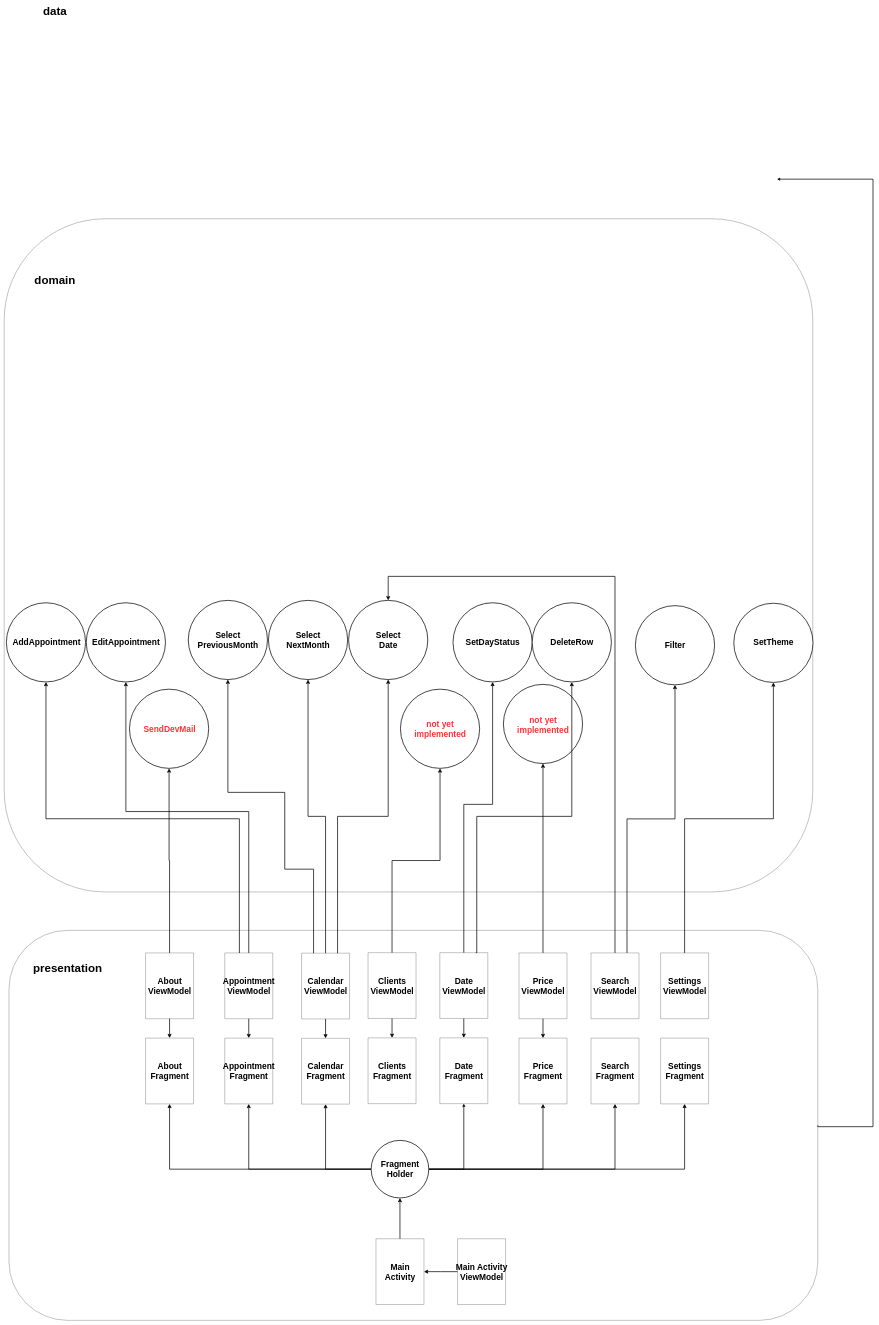
This is Диаграмма без названия.drawio from lemmiwinks1551/MySchedule, a draw.io file, before an edit. Source tidied: cells renumbered, new cells numbered last; positions are measured from the earlier drawing's top-left corner, leaving out a move shared by most shapes. Both pictures are drawn from the tidied source at 24%, with x=0, y=0 at pixel (4, 6).
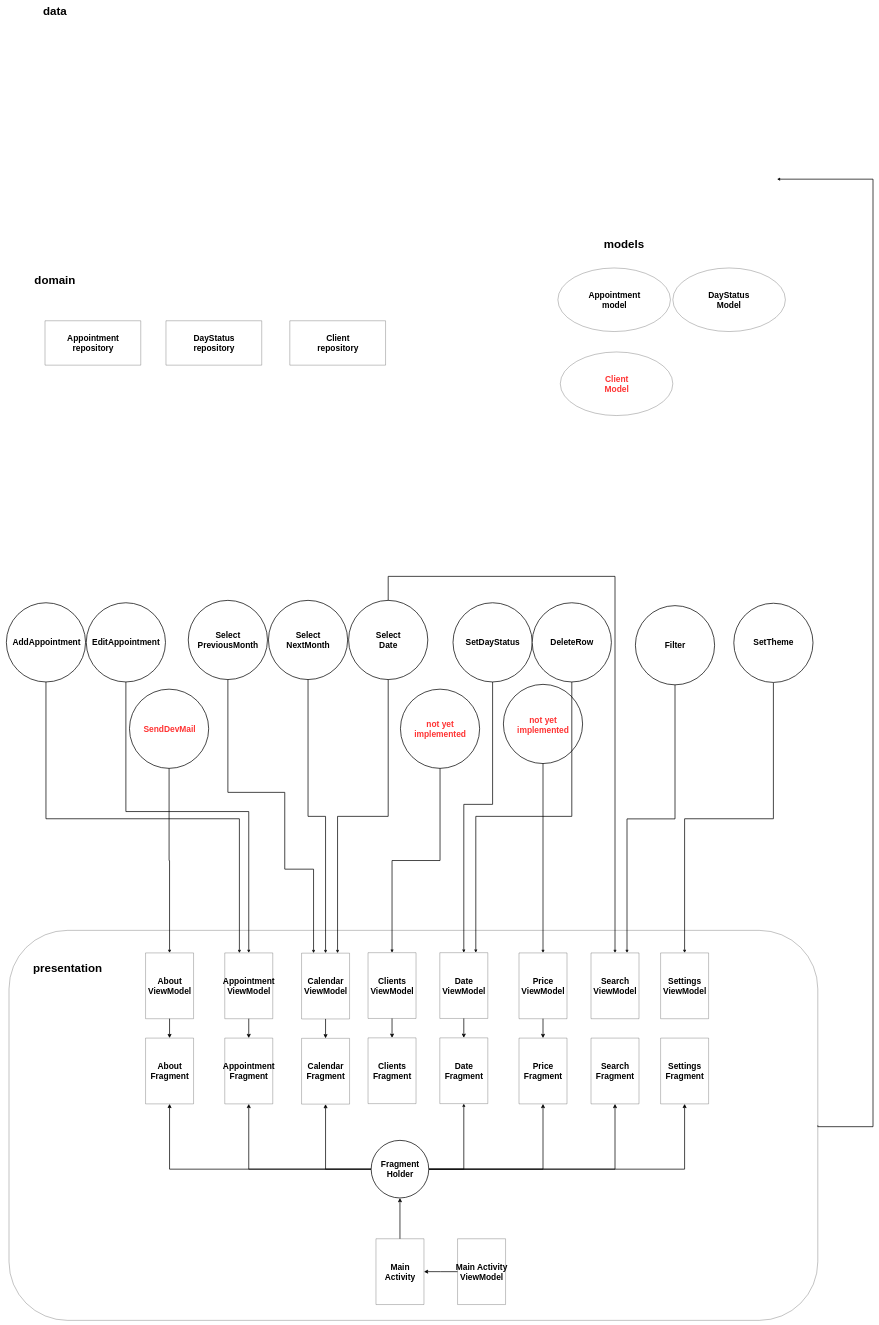
The same page after the edit.

The change refers to these unchanged cells:
```xml
<mxCell id="6" style="ellipse;whiteSpace=wrap;html=1;strokeWidth=3;fontSize=48;" parent="4" vertex="1">
  <mxGeometry width="330" height="330" as="geometry" />
</mxCell>
<mxCell id="10" style="ellipse;whiteSpace=wrap;html=1;strokeWidth=3;fontSize=48;" parent="9" vertex="1">
  <mxGeometry width="330" height="330" as="geometry" />
</mxCell>
<mxCell id="13" style="ellipse;whiteSpace=wrap;html=1;strokeWidth=3;fontSize=48;" parent="12" vertex="1">
  <mxGeometry x="2" width="330" height="330" as="geometry" />
</mxCell>
<mxCell id="15" style="ellipse;whiteSpace=wrap;html=1;strokeWidth=3;fontSize=48;" parent="4" vertex="1">
  <mxGeometry x="2071" y="340" width="330" height="330" as="geometry" />
</mxCell>
<mxCell id="19" style="ellipse;whiteSpace=wrap;html=1;strokeWidth=3;fontSize=48;" parent="18" vertex="1">
  <mxGeometry x="-95" y="20" width="330" height="330" as="geometry" />
</mxCell>
<mxCell id="22" style="ellipse;whiteSpace=wrap;html=1;strokeWidth=3;fontSize=48;" parent="21" vertex="1">
  <mxGeometry x="-100" width="330" height="330" as="geometry" />
</mxCell>
<mxCell id="25" style="ellipse;whiteSpace=wrap;html=1;strokeWidth=3;fontSize=48;" parent="24" vertex="1">
  <mxGeometry x="2" width="330" height="330" as="geometry" />
</mxCell>
<mxCell id="28" style="ellipse;whiteSpace=wrap;html=1;strokeWidth=3;fontSize=48;" parent="27" vertex="1">
  <mxGeometry x="2" width="330" height="330" as="geometry" />
</mxCell>
<mxCell id="34" style="swimlane;startSize=0;" parent="1" vertex="1">
  <mxGeometry x="1239" y="3945" width="200" height="274.1" as="geometry" />
</mxCell>
<mxCell id="39" style="swimlane;startSize=0;" parent="1" vertex="1">
  <mxGeometry x="919" y="3944" width="200" height="274.1" as="geometry" />
</mxCell>
<mxCell id="44" style="swimlane;startSize=0;" parent="1" vertex="1">
  <mxGeometry x="1815" y="3943" width="200" height="274.1" as="geometry" />
</mxCell>
<mxCell id="48" style="swimlane;startSize=0;fontSize=35;" parent="1" vertex="1">
  <mxGeometry x="2145" y="3944" width="200" height="274.1" as="geometry" />
</mxCell>
<mxCell id="53" style="swimlane;startSize=0;" parent="1" vertex="1">
  <mxGeometry x="2445" y="3944" width="200" height="274.1" as="geometry" />
</mxCell>
<mxCell id="57" style="swimlane;startSize=0;" parent="1" vertex="1">
  <mxGeometry x="2735" y="3944" width="200" height="274.1" as="geometry" />
</mxCell>
<mxCell id="71" style="swimlane;startSize=0;" parent="1" vertex="1">
  <mxGeometry x="589" y="3944" width="200" height="274.1" as="geometry" />
</mxCell>
<mxCell id="88" style="swimlane;startSize=0;" parent="1" vertex="1">
  <mxGeometry x="1516" y="3943" width="200" height="274.1" as="geometry" />
</mxCell>
<mxCell id="92" style="ellipse;whiteSpace=wrap;html=1;strokeWidth=3;fontSize=48;" parent="1" vertex="1">
  <mxGeometry x="1870" y="2485" width="330" height="330" as="geometry" />
</mxCell>
<mxCell id="94" style="ellipse;whiteSpace=wrap;html=1;strokeWidth=3;fontSize=48;" parent="1" vertex="1">
  <mxGeometry x="2200" y="2485" width="330" height="330" as="geometry" />
</mxCell>
<mxCell id="96" style="ellipse;whiteSpace=wrap;html=1;strokeWidth=3;fontSize=48;" parent="1" vertex="1">
  <mxGeometry x="2630" y="2497" width="330" height="330" as="geometry" />
</mxCell>
<mxCell id="98" style="ellipse;whiteSpace=wrap;html=1;strokeWidth=3;fontSize=48;" parent="1" vertex="1">
  <mxGeometry x="3040" y="2487" width="330" height="330" as="geometry" />
</mxCell>
```

The edit, as a diff of the source:
```diff
@@
     <mxCell id="3" style="group;" parent="1" vertex="1">
-      <mxGeometry x="69" y="2475" width="3301" height="1215" as="geometry" />
+      <mxGeometry x="69" y="2475" width="3301" height="1219.1" as="geometry" />
     </mxCell>
     <mxCell id="4" style="group;" parent="3" vertex="1">
-      <mxGeometry x="-60" y="10" width="3361" height="1205" as="geometry" />
+      <mxGeometry x="-60" y="10" width="3361" height="1209.1" as="geometry" />
     </mxCell>
-    <mxCell id="5" style="rounded=1;whiteSpace=wrap;html=1;" parent="4" vertex="1">
-      <mxGeometry x="-9" y="-1600" width="3369" height="2805" as="geometry" />
-    </mxCell>
@@
+    <mxCell id="107" style="group;" parent="4" vertex="1">
+      <mxGeometry x="1911" y="-1025" width="1100" height="680" as="geometry" />
+    </mxCell>
+    <mxCell id="108" style="group;" parent="107" vertex="1">
+      <mxGeometry width="1100" height="680" as="geometry" />
+    </mxCell>
+    <mxCell id="109" style="group;" parent="108" vertex="1">
+      <mxGeometry width="1100" height="680" as="geometry" />
+    </mxCell>
+    <mxCell id="110" style="ellipse;whiteSpace=wrap;html=1;" parent="109" vertex="1">
+      <mxGeometry x="397" y="-20" width="469" height="265" as="geometry" />
+    </mxCell>
+    <mxCell id="111" value="&lt;font color=&quot;#ff3333&quot;&gt;Client&lt;br&gt;Model&lt;br&gt;&lt;/font&gt;" style="text;strokeColor=none;fillColor=none;html=1;fontSize=35;fontStyle=1;verticalAlign=middle;align=center;strokeWidth=3;fontColor=#000000000;" parent="109" vertex="1">
+      <mxGeometry x="581.5" y="92.5" width="100" height="40" as="geometry" />
+    </mxCell>
+    <mxCell id="112" style="group;" parent="4" vertex="1">
+      <mxGeometry x="161" y="-1175" width="399" height="185" as="geometry" />
+    </mxCell>
+    <mxCell id="113" value="Appointment&lt;br&gt;repository" style="text;strokeColor=none;fillColor=none;html=1;fontSize=35;fontStyle=1;verticalAlign=middle;align=center;strokeWidth=3;" parent="112" vertex="1">
+      <mxGeometry x="99.8" y="79" width="199.5" height="27" as="geometry" />
+    </mxCell>
+    <mxCell id="114" style="swimlane;startSize=0;" parent="112" vertex="1">
+      <mxGeometry width="399" height="185" as="geometry" />
+    </mxCell>
@@
-    <mxCell id="31" style="edgeStyle=orthogonalEdgeStyle;rounded=0;jumpSize=11;jettySize=auto;html=1;entryX=0.5;entryY=1;entryDx=0;entryDy=0;strokeWidth=3;fontSize=35;fontColor=#FF3333;endSize=10;" parent="1" edge="1" source="34" target="25">
+    <mxCell id="31" style="edgeStyle=orthogonalEdgeStyle;rounded=0;jumpSize=11;jettySize=auto;html=1;entryX=0.5;entryY=1;entryDx=0;entryDy=0;strokeWidth=3;fontSize=35;fontColor=#FF3333;endSize=10;startArrow=classic;startFill=1;endArrow=none;endFill=0;" parent="1" edge="1" source="34" target="25">
       <mxGeometry relative="1" as="geometry" />
     </mxCell>
-    <mxCell id="32" style="edgeStyle=orthogonalEdgeStyle;rounded=0;jumpSize=11;jettySize=auto;html=1;strokeWidth=3;fontSize=35;fontColor=#FF3333;entryX=0.5;entryY=1;entryDx=0;entryDy=0;exitX=0.25;exitY=0;exitDx=0;exitDy=0;endSize=10;" parent="1" edge="1" source="34" target="22">
+    <mxCell id="32" style="edgeStyle=orthogonalEdgeStyle;rounded=0;jumpSize=11;jettySize=auto;html=1;strokeWidth=3;fontSize=35;fontColor=#FF3333;entryX=0.5;entryY=1;entryDx=0;entryDy=0;exitX=0.25;exitY=0;exitDx=0;exitDy=0;endSize=10;startArrow=classic;startFill=1;endArrow=none;endFill=0;" parent="1" edge="1" source="34" target="22">
       <mxGeometry relative="1" as="geometry">
         <Array as="points">
           <mxPoint x="1289" y="3595" />
           <mxPoint x="1169" y="3595" />
           <mxPoint x="1169" y="3275" />
           <mxPoint x="932" y="3275" />
         </Array>
       </mxGeometry>
     </mxCell>
-    <mxCell id="33" style="edgeStyle=orthogonalEdgeStyle;rounded=0;jumpSize=11;jettySize=auto;html=1;entryX=0.5;entryY=1;entryDx=0;entryDy=0;strokeWidth=3;fontSize=35;fontColor=#FF3333;exitX=0.75;exitY=0;exitDx=0;exitDy=0;endSize=10;" parent="1" edge="1" source="34" target="28">
+    <mxCell id="33" style="edgeStyle=orthogonalEdgeStyle;rounded=0;jumpSize=11;jettySize=auto;html=1;entryX=0.5;entryY=1;entryDx=0;entryDy=0;strokeWidth=3;fontSize=35;fontColor=#FF3333;exitX=0.75;exitY=0;exitDx=0;exitDy=0;endSize=10;startArrow=classic;startFill=1;endArrow=none;endFill=0;" parent="1" edge="1" source="34" target="28">
       <mxGeometry relative="1" as="geometry">
         <Array as="points">
           <mxPoint x="1389" y="3375" />
           <mxPoint x="1600" y="3375" />
         </Array>
       </mxGeometry>
     </mxCell>
@@
-    <mxCell id="37" style="edgeStyle=orthogonalEdgeStyle;rounded=0;jumpSize=11;jettySize=auto;html=1;entryX=0.5;entryY=1;entryDx=0;entryDy=0;strokeWidth=3;fontSize=35;fontColor=#FF3333;exitX=0.305;exitY=0.002;exitDx=0;exitDy=0;exitPerimeter=0;endSize=10;" parent="1" edge="1" source="39" target="6">
+    <mxCell id="37" style="edgeStyle=orthogonalEdgeStyle;rounded=0;jumpSize=11;jettySize=auto;html=1;entryX=0.5;entryY=1;entryDx=0;entryDy=0;strokeWidth=3;fontSize=35;fontColor=#FF3333;exitX=0.305;exitY=0.002;exitDx=0;exitDy=0;exitPerimeter=0;endSize=10;startArrow=classic;startFill=1;endArrow=none;endFill=0;" parent="1" edge="1" source="39" target="6">
       <mxGeometry relative="1" as="geometry">
         <Array as="points">
           <mxPoint x="980" y="3385" />
           <mxPoint x="174" y="3385" />
         </Array>
       </mxGeometry>
     </mxCell>
-    <mxCell id="38" style="edgeStyle=orthogonalEdgeStyle;rounded=0;jumpSize=11;jettySize=auto;html=1;entryX=0.5;entryY=1;entryDx=0;entryDy=0;strokeWidth=3;fontSize=35;fontColor=#FF3333;endSize=10;" parent="1" edge="1" source="39" target="19">
+    <mxCell id="38" style="edgeStyle=orthogonalEdgeStyle;rounded=0;jumpSize=11;jettySize=auto;html=1;entryX=0.5;entryY=1;entryDx=0;entryDy=0;strokeWidth=3;fontSize=35;fontColor=#FF3333;endSize=10;startArrow=classic;startFill=1;endArrow=none;endFill=0;" parent="1" edge="1" source="39" target="19">
       <mxGeometry relative="1" as="geometry">
         <Array as="points">
           <mxPoint x="1019" y="3355" />
           <mxPoint x="507" y="3355" />
         </Array>
       </mxGeometry>
     </mxCell>
@@
-    <mxCell id="42" style="edgeStyle=orthogonalEdgeStyle;rounded=0;jumpSize=11;jettySize=auto;html=1;entryX=0.5;entryY=1;entryDx=0;entryDy=0;strokeWidth=3;fontSize=35;fontColor=#FF3333;endSize=10;" parent="1" edge="1" source="44" target="92">
+    <mxCell id="42" style="edgeStyle=orthogonalEdgeStyle;rounded=0;jumpSize=11;jettySize=auto;html=1;entryX=0.5;entryY=1;entryDx=0;entryDy=0;strokeWidth=3;fontSize=35;fontColor=#FF3333;endSize=10;startArrow=classic;startFill=1;endArrow=none;endFill=0;" parent="1" edge="1" source="44" target="92">
       <mxGeometry relative="1" as="geometry">
         <Array as="points">
           <mxPoint x="1915" y="3325" />
           <mxPoint x="2035" y="3325" />
         </Array>
       </mxGeometry>
     </mxCell>
-    <mxCell id="43" style="edgeStyle=orthogonalEdgeStyle;rounded=0;jumpSize=11;jettySize=auto;html=1;entryX=0.5;entryY=1;entryDx=0;entryDy=0;strokeWidth=3;fontSize=35;fontColor=#FF3333;exitX=0.75;exitY=0;exitDx=0;exitDy=0;endSize=10;" parent="1" edge="1" source="44" target="94">
+    <mxCell id="43" style="edgeStyle=orthogonalEdgeStyle;rounded=0;jumpSize=11;jettySize=auto;html=1;entryX=0.5;entryY=1;entryDx=0;entryDy=0;strokeWidth=3;fontSize=35;fontColor=#FF3333;exitX=0.75;exitY=0;exitDx=0;exitDy=0;endSize=10;startArrow=classic;startFill=1;endArrow=none;endFill=0;" parent="1" edge="1" source="44" target="94">
       <mxGeometry relative="1" as="geometry">
         <Array as="points">
-          <mxPoint x="1969" y="3943" />
-          <mxPoint x="1969" y="3375" />
+          <mxPoint x="1965" y="3375" />
           <mxPoint x="2365" y="3375" />
         </Array>
       </mxGeometry>
     </mxCell>
@@
-    <mxCell id="47" style="edgeStyle=orthogonalEdgeStyle;rounded=0;jumpSize=11;jettySize=auto;html=1;entryX=0.5;entryY=1;entryDx=0;entryDy=0;strokeWidth=3;fontSize=35;fontColor=#FF3333;endSize=10;" parent="1" edge="1" source="48" target="15">
+    <mxCell id="47" style="edgeStyle=orthogonalEdgeStyle;rounded=0;jumpSize=11;jettySize=auto;html=1;entryX=0.5;entryY=1;entryDx=0;entryDy=0;strokeWidth=3;fontSize=35;fontColor=#FF3333;endSize=10;startArrow=classic;startFill=1;endArrow=none;endFill=0;" parent="1" edge="1" source="48" target="15">
       <mxGeometry relative="1" as="geometry" />
     </mxCell>
@@
-    <mxCell id="51" style="edgeStyle=orthogonalEdgeStyle;rounded=0;jumpSize=11;jettySize=auto;html=1;entryX=0.5;entryY=1;entryDx=0;entryDy=0;strokeWidth=3;fontSize=35;fontColor=#FF3333;exitX=0.75;exitY=0;exitDx=0;exitDy=0;endSize=10;" parent="1" edge="1" source="53" target="96">
+    <mxCell id="51" style="edgeStyle=orthogonalEdgeStyle;rounded=0;jumpSize=11;jettySize=auto;html=1;entryX=0.5;entryY=1;entryDx=0;entryDy=0;strokeWidth=3;fontSize=35;fontColor=#FF3333;exitX=0.75;exitY=0;exitDx=0;exitDy=0;endSize=10;startArrow=classic;startFill=1;endArrow=none;endFill=0;" parent="1" edge="1" source="53" target="96">
       <mxGeometry relative="1" as="geometry" />
     </mxCell>
-    <mxCell id="52" style="edgeStyle=orthogonalEdgeStyle;rounded=0;jettySize=auto;html=1;entryX=0.5;entryY=0;entryDx=0;entryDy=0;strokeWidth=3;endSize=10;" parent="1" edge="1" source="53" target="28">
+    <mxCell id="52" style="edgeStyle=orthogonalEdgeStyle;rounded=0;jettySize=auto;html=1;entryX=0.5;entryY=0;entryDx=0;entryDy=0;strokeWidth=3;endSize=10;startArrow=classic;startFill=1;endArrow=none;endFill=0;" parent="1" edge="1" source="53" target="28">
       <mxGeometry relative="1" as="geometry">
         <Array as="points">
           <mxPoint x="2545" y="2375" />
           <mxPoint x="1600" y="2375" />
         </Array>
       </mxGeometry>
     </mxCell>
@@
-    <mxCell id="56" style="edgeStyle=orthogonalEdgeStyle;rounded=0;jumpSize=11;jettySize=auto;html=1;entryX=0.5;entryY=1;entryDx=0;entryDy=0;strokeWidth=3;fontSize=35;fontColor=#FF3333;exitX=0.5;exitY=0;exitDx=0;exitDy=0;endSize=10;" parent="1" edge="1" source="57" target="98">
+    <mxCell id="56" style="edgeStyle=orthogonalEdgeStyle;rounded=0;jumpSize=11;jettySize=auto;html=1;entryX=0.5;entryY=1;entryDx=0;entryDy=0;strokeWidth=3;fontSize=35;fontColor=#FF3333;exitX=0.5;exitY=0;exitDx=0;exitDy=0;endSize=10;startArrow=classic;startFill=1;endArrow=none;endFill=0;" parent="1" edge="1" source="57" target="98">
       <mxGeometry relative="1" as="geometry">
         <Array as="points">
           <mxPoint x="2835" y="3385" />
           <mxPoint x="3205" y="3385" />
         </Array>
       </mxGeometry>
     </mxCell>
@@
-    <mxCell id="69" style="edgeStyle=orthogonalEdgeStyle;rounded=0;jettySize=auto;html=1;entryX=0.5;entryY=1;entryDx=0;entryDy=0;strokeWidth=3;endSize=10;" parent="1" edge="1" source="71" target="10">
+    <mxCell id="69" style="edgeStyle=orthogonalEdgeStyle;rounded=0;jettySize=auto;html=1;entryX=0.5;entryY=1;entryDx=0;entryDy=0;strokeWidth=3;endSize=10;startArrow=classic;startFill=1;endArrow=none;endFill=0;" parent="1" edge="1" source="71" target="10">
       <mxGeometry relative="1" as="geometry" />
     </mxCell>
@@
-    <mxCell id="87" style="edgeStyle=orthogonalEdgeStyle;rounded=0;jumpSize=11;jettySize=auto;html=1;entryX=0.5;entryY=1;entryDx=0;entryDy=0;strokeWidth=3;fontSize=35;fontColor=#000000000;endSize=10;" parent="1" edge="1" source="88" target="13">
+    <mxCell id="87" style="edgeStyle=orthogonalEdgeStyle;rounded=0;jumpSize=11;jettySize=auto;html=1;entryX=0.5;entryY=1;entryDx=0;entryDy=0;strokeWidth=3;fontSize=35;fontColor=#000000000;endSize=10;startArrow=classic;startFill=1;endArrow=none;endFill=0;" parent="1" edge="1" source="88" target="13">
       <mxGeometry relative="1" as="geometry" />
     </mxCell>
@@
+    <mxCell id="115" value="models" style="text;strokeColor=none;fillColor=none;html=1;fontSize=48;fontStyle=1;verticalAlign=middle;align=center;strokeWidth=3;" parent="1" vertex="1">
+      <mxGeometry x="2497" y="970" width="170" height="40" as="geometry" />
+    </mxCell>
+    <mxCell id="116" style="group;" parent="1" vertex="1">
+      <mxGeometry x="2307" y="1090" width="469" height="265" as="geometry" />
+    </mxCell>
+    <mxCell id="117" style="group;" parent="116" vertex="1">
+      <mxGeometry width="469" height="265" as="geometry" />
+    </mxCell>
+    <mxCell id="118" style="group;" parent="117" vertex="1">
+      <mxGeometry width="469" height="265" as="geometry" />
+    </mxCell>
+    <mxCell id="119" style="ellipse;whiteSpace=wrap;html=1;" parent="118" vertex="1">
+      <mxGeometry width="469" height="265" as="geometry" />
+    </mxCell>
+    <mxCell id="120" value="Appointment&lt;br&gt;model" style="text;strokeColor=none;fillColor=none;html=1;fontSize=35;fontStyle=1;verticalAlign=middle;align=center;strokeWidth=3;fontColor=#000000000;" parent="118" vertex="1">
+      <mxGeometry x="184.5" y="112.5" width="100" height="40" as="geometry" />
+    </mxCell>
+    <mxCell id="121" style="ellipse;whiteSpace=wrap;html=1;" parent="1" vertex="1">
+      <mxGeometry x="2786" y="1090" width="469" height="265" as="geometry" />
+    </mxCell>
+    <mxCell id="122" value="DayStatus&lt;br&gt;Model" style="text;strokeColor=none;fillColor=none;html=1;fontSize=35;fontStyle=1;verticalAlign=middle;align=center;strokeWidth=3;fontColor=#000000000;" parent="1" vertex="1">
+      <mxGeometry x="2967" y="1202.5" width="103.5" height="40" as="geometry" />
+    </mxCell>
+    <mxCell id="123" style="group;" parent="1" vertex="1">
+      <mxGeometry x="674" y="1310" width="399" height="185" as="geometry" />
+    </mxCell>
+    <mxCell id="124" value="DayStatus&lt;br&gt;repository" style="text;strokeColor=none;fillColor=none;html=1;fontSize=35;fontStyle=1;verticalAlign=middle;align=center;strokeWidth=3;" parent="123" vertex="1">
+      <mxGeometry x="99.8" y="79" width="199.5" height="27" as="geometry" />
+    </mxCell>
+    <mxCell id="125" style="swimlane;startSize=0;" parent="123" vertex="1">
+      <mxGeometry width="399" height="185" as="geometry" />
+    </mxCell>
+    <mxCell id="126" style="swimlane;startSize=0;" parent="1" vertex="1">
+      <mxGeometry x="1190" y="1310" width="399" height="185" as="geometry" />
+    </mxCell>
+    <mxCell id="127" value="Client&lt;br&gt;repository" style="text;strokeColor=none;fillColor=none;html=1;fontSize=35;fontStyle=1;verticalAlign=middle;align=center;strokeWidth=3;" parent="1" vertex="1">
+      <mxGeometry x="1289.8" y="1389" width="199.5" height="27" as="geometry" />
+    </mxCell>
```
